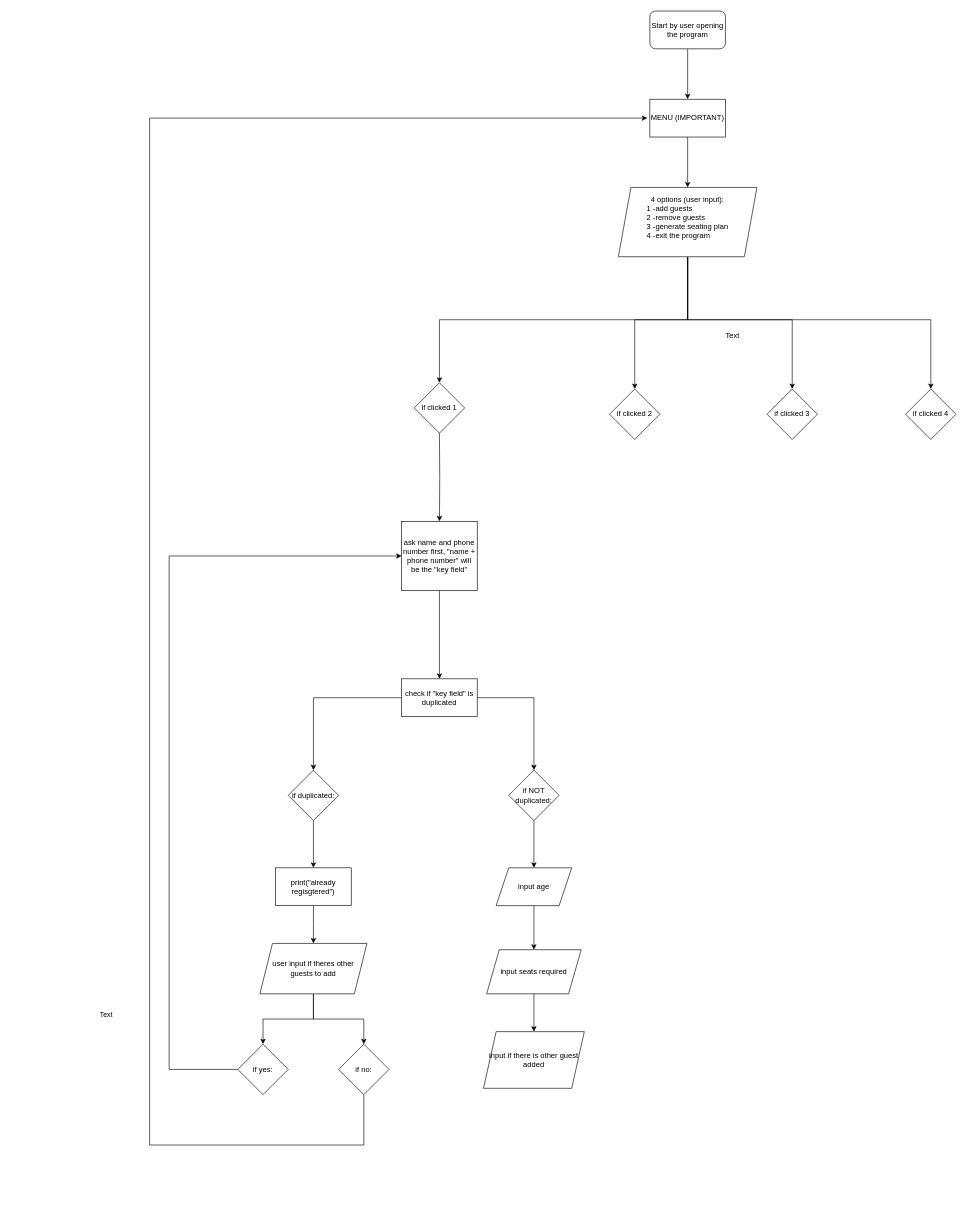
This is Untitled Diagram.drawio from whyamihere001/SBA, a draw.io file, before an edit. Source tidied: cells renumbered, new cells numbered last; positions are measured from the earlier drawing's top-left corner, leaving out a move shared by most shapes. Both pictures are drawn from the tidied source at 63%, with x=0, y=0 at pixel (149, 11).
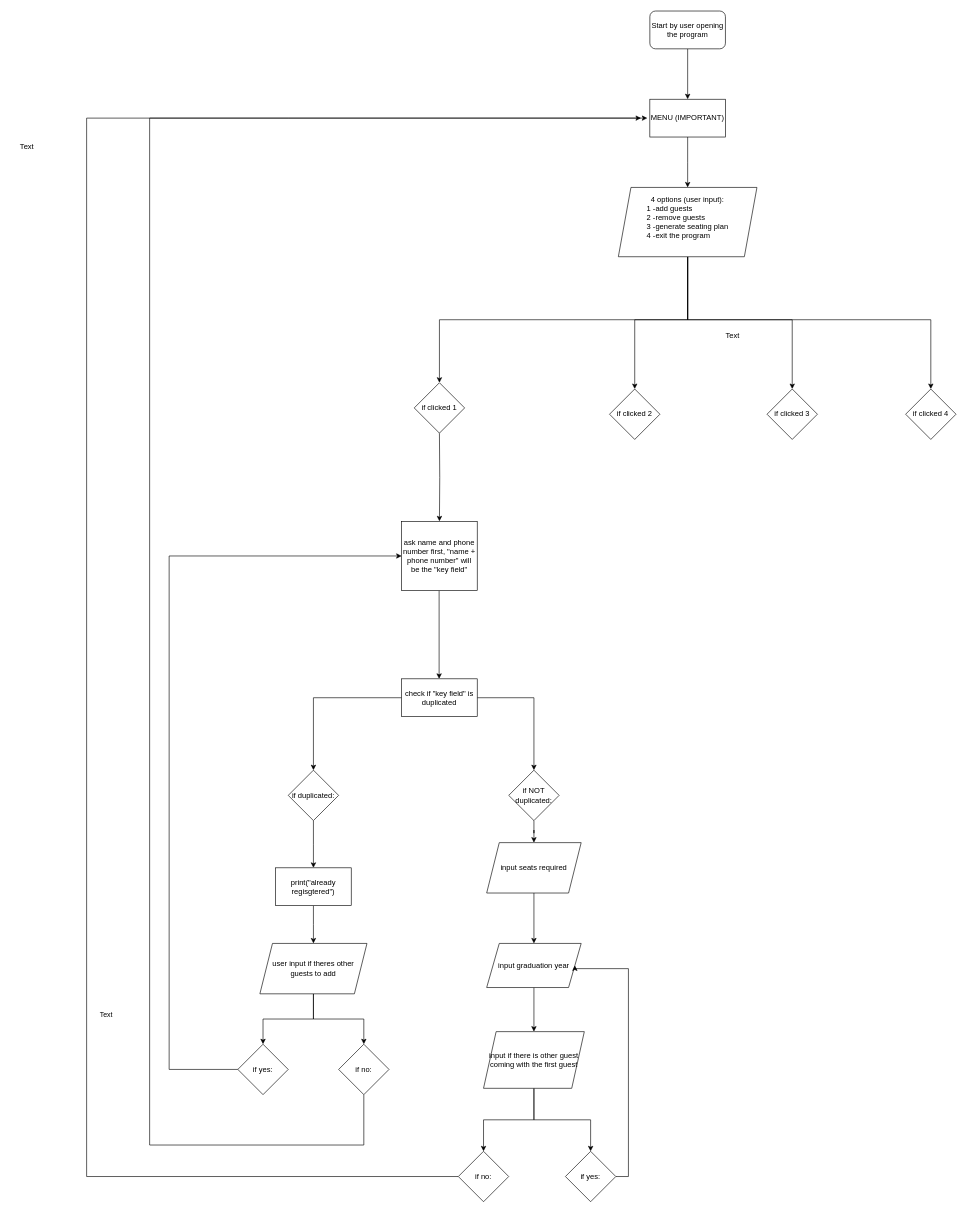
The same diagram, later.

Unchanged cells that the change refers to:
```xml
<mxCell id="18" value="ask name and phone number first, &quot;name + phone number&quot; will be the &quot;key field&quot;" style="whiteSpace=wrap;html=1;" parent="1" vertex="1">
  <mxGeometry x="400" y="810" width="120" height="110" as="geometry" />
</mxCell>
<mxCell id="21" value="check if &quot;key field&quot; is duplicated" style="whiteSpace=wrap;html=1;" parent="1" vertex="1">
  <mxGeometry x="400" y="1060" width="120" height="60" as="geometry" />
</mxCell>
```

Diff of the diagram source:
```diff
@@
-    <mxCell id="17" style="edgeStyle=orthogonalEdgeStyle;rounded=0;jettySize=auto;html=1;" parent="1" edge="1" source="18" target="21">
+    <mxCell id="17" style="edgeStyle=orthogonalEdgeStyle;rounded=0;orthogonalLoop=1;jettySize=auto;html=1;entryX=0.5;entryY=0;entryDx=0;entryDy=0;" parent="1" edge="1">
       <mxGeometry relative="1" as="geometry">
+        <mxPoint x="459.5" y="920" as="sourcePoint" />
+        <mxPoint x="459.5" y="1060" as="targetPoint" />
         <Array as="points">
-          <mxPoint x="460" y="1030" />
-          <mxPoint x="460" y="1030" />
+          <mxPoint x="459.5" y="930" />
+          <mxPoint x="459.5" y="930" />
         </Array>
       </mxGeometry>
     </mxCell>
@@
-    <mxCell id="37" value="input age" style="shape=parallelogram;perimeter=parallelogramPerimeter;whiteSpace=wrap;html=1;fixedSize=1;" parent="1" vertex="1">
-      <mxGeometry x="550" y="1360" width="120" height="60" as="geometry" />
+    <mxCell id="37" value="input seats required" style="shape=parallelogram;perimeter=parallelogramPerimeter;whiteSpace=wrap;html=1;fixedSize=1;" parent="1" vertex="1">
+      <mxGeometry x="535" y="1320" width="150" height="80" as="geometry" />
     </mxCell>
@@
-    <mxCell id="39" value="input seats required" style="shape=parallelogram;perimeter=parallelogramPerimeter;whiteSpace=wrap;html=1;fixedSize=1;" parent="1" vertex="1">
-      <mxGeometry x="535" y="1490" width="150" height="70" as="geometry" />
+    <mxCell id="39" value="input graduation year" style="shape=parallelogram;perimeter=parallelogramPerimeter;whiteSpace=wrap;html=1;fixedSize=1;" parent="1" vertex="1">
+      <mxGeometry x="535" y="1480" width="150" height="70" as="geometry" />
     </mxCell>
+    <mxCell id="41" style="edgeStyle=orthogonalEdgeStyle;rounded=0;jettySize=auto;html=1;entryX=0.5;entryY=0;entryDx=0;entryDy=0;" parent="1" edge="1" source="40" target="44">
+      <mxGeometry relative="1" as="geometry" />
+    </mxCell>
+    <mxCell id="42" style="edgeStyle=orthogonalEdgeStyle;rounded=0;jettySize=auto;html=1;" parent="1" edge="1" source="40" target="46">
+      <mxGeometry relative="1" as="geometry" />
+    </mxCell>
-    <mxCell id="40" value="input if there is other guest added" style="shape=parallelogram;perimeter=parallelogramPerimeter;whiteSpace=wrap;html=1;fixedSize=1;" parent="1" vertex="1">
+    <mxCell id="40" value="input if there is other guest coming with the first guest" style="shape=parallelogram;perimeter=parallelogramPerimeter;whiteSpace=wrap;html=1;fixedSize=1;" parent="1" vertex="1">
       <mxGeometry x="530" y="1620" width="160" height="90" as="geometry" />
     </mxCell>
+    <mxCell id="43" style="edgeStyle=orthogonalEdgeStyle;rounded=0;jettySize=auto;html=1;" parent="1" edge="1" source="44">
+      <mxGeometry relative="1" as="geometry">
+        <mxPoint x="780" y="170" as="targetPoint" />
+        <Array as="points">
+          <mxPoint x="-100" y="1850" />
+          <mxPoint x="-100" y="170" />
+          <mxPoint x="221" y="170" />
+        </Array>
+      </mxGeometry>
+    </mxCell>
+    <mxCell id="44" value="if no:" style="rhombus;whiteSpace=wrap;html=1;" parent="1" vertex="1">
+      <mxGeometry x="490" y="1810" width="80" height="80" as="geometry" />
+    </mxCell>
+    <mxCell id="45" style="edgeStyle=orthogonalEdgeStyle;rounded=0;jettySize=auto;html=1;entryX=1;entryY=0.5;entryDx=0;entryDy=0;exitX=1;exitY=0.5;exitDx=0;exitDy=0;" parent="1" edge="1" source="46" target="39">
+      <mxGeometry relative="1" as="geometry">
+        <Array as="points">
+          <mxPoint x="760" y="1850" />
+          <mxPoint x="760" y="1520" />
+          <mxPoint x="675" y="1520" />
+        </Array>
+      </mxGeometry>
+    </mxCell>
+    <mxCell id="46" value="if yes:" style="rhombus;whiteSpace=wrap;html=1;" parent="1" vertex="1">
+      <mxGeometry x="660" y="1810" width="80" height="80" as="geometry" />
+    </mxCell>
+    <mxCell id="47" value="Text" style="text;html=1;align=center;verticalAlign=middle;strokeColor=none;fillColor=none;" parent="1" vertex="1">
+      <mxGeometry x="-220" y="200" width="50" height="30" as="geometry" />
+    </mxCell>
```
